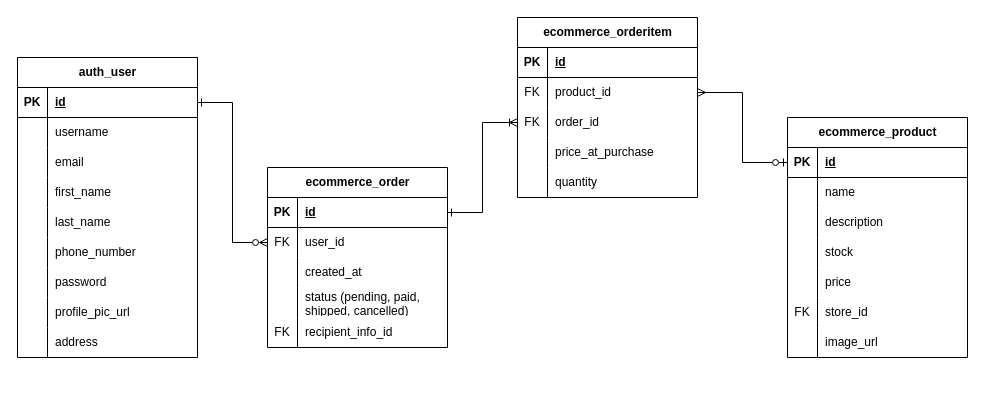
The draw.io diagram page "Order a product" (3 of 3) of E-Commerce API ERD.drawio in RHILIUS/drawio, before the edit. Source tidied: cells renumbered, new cells numbered last; positions are measured from the earlier drawing's top-left corner, leaving out a move shared by most shapes. Both pictures are drawn from the tidied source at 100%, with x=0, y=0 at pixel (17, 17).
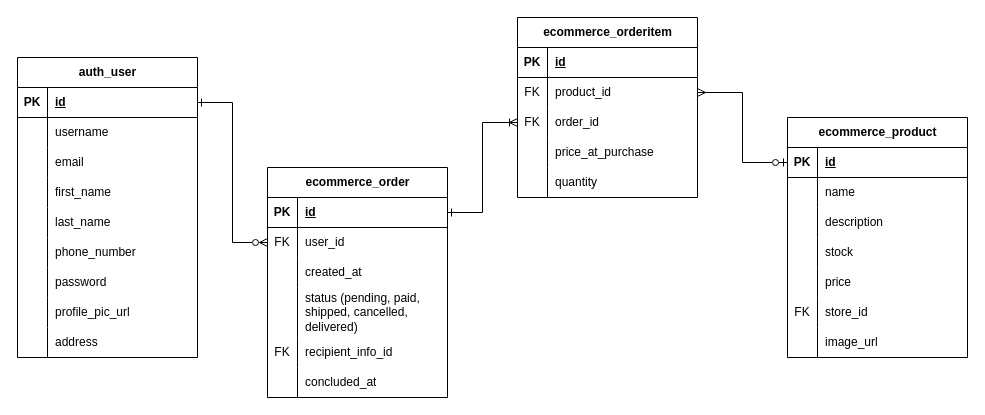
The same page after the edit.

Commit message (it also covers changes not shown here):
feat: add delivered status and concluded_at field to Order table

Diff of the diagram source:
```diff
@@
     <mxCell id="30" value="ecommerce_order" style="shape=table;startSize=30;childLayout=tableLayout;rowLines=0;fontStyle=1;align=center;html=1;" parent="1" vertex="1">
-      <mxGeometry x="250" y="150" width="180" height="180" as="geometry" />
+      <mxGeometry x="250" y="150" width="180" height="230" as="geometry" />
     </mxCell>
@@
     <mxCell id="40" style="shape=tableRow;horizontal=0;startSize=0;swimlaneHead=0;swimlaneBody=0;fillColor=none;top=0;left=0;right=0;bottom=0;" parent="30" vertex="1">
-      <mxGeometry y="120" width="180" height="30" as="geometry" />
+      <mxGeometry y="120" width="180" height="50" as="geometry" />
     </mxCell>
     <mxCell id="41" style="shape=partialRectangle;fillColor=none;top=0;left=0;bottom=0;right=0;overflow=hidden;whiteSpace=wrap;html=1;" parent="40" vertex="1">
-      <mxGeometry width="30" height="30" as="geometry" />
+      <mxGeometry width="30" height="50" as="geometry" />
     </mxCell>
-    <mxCell id="42" value="status (pending, paid, shipped, cancelled)" style="shape=partialRectangle;fillColor=none;top=0;left=0;bottom=0;right=0;align=left;spacingLeft=6;overflow=hidden;whiteSpace=wrap;html=1;" parent="40" vertex="1">
-      <mxGeometry x="30" width="150" height="30" as="geometry" />
+    <mxCell id="42" value="status (pending, paid, shipped, cancelled, delivered)" style="shape=partialRectangle;fillColor=none;top=0;left=0;bottom=0;right=0;align=left;spacingLeft=6;overflow=hidden;whiteSpace=wrap;html=1;" parent="40" vertex="1">
+      <mxGeometry x="30" width="150" height="50" as="geometry" />
     </mxCell>
     <mxCell id="43" style="shape=tableRow;horizontal=0;startSize=0;swimlaneHead=0;swimlaneBody=0;fillColor=none;top=0;left=0;right=0;bottom=0;" parent="30" vertex="1">
-      <mxGeometry y="150" width="180" height="30" as="geometry" />
+      <mxGeometry y="170" width="180" height="30" as="geometry" />
     </mxCell>
@@
+    <mxCell id="87" style="shape=tableRow;horizontal=0;startSize=0;swimlaneHead=0;swimlaneBody=0;fillColor=none;top=0;left=0;right=0;bottom=0;" parent="30" vertex="1">
+      <mxGeometry y="200" width="180" height="30" as="geometry" />
+    </mxCell>
+    <mxCell id="88" value="&lt;div&gt;&lt;br&gt;&lt;/div&gt;" style="shape=partialRectangle;fillColor=none;top=0;left=0;bottom=0;right=0;overflow=hidden;whiteSpace=wrap;html=1;" parent="87" vertex="1">
+      <mxGeometry width="30" height="30" as="geometry" />
+    </mxCell>
+    <mxCell id="89" value="concluded_at" style="shape=partialRectangle;fillColor=none;top=0;left=0;bottom=0;right=0;align=left;spacingLeft=6;overflow=hidden;whiteSpace=wrap;html=1;" parent="87" vertex="1">
+      <mxGeometry x="30" width="150" height="30" as="geometry" />
+    </mxCell>
```
